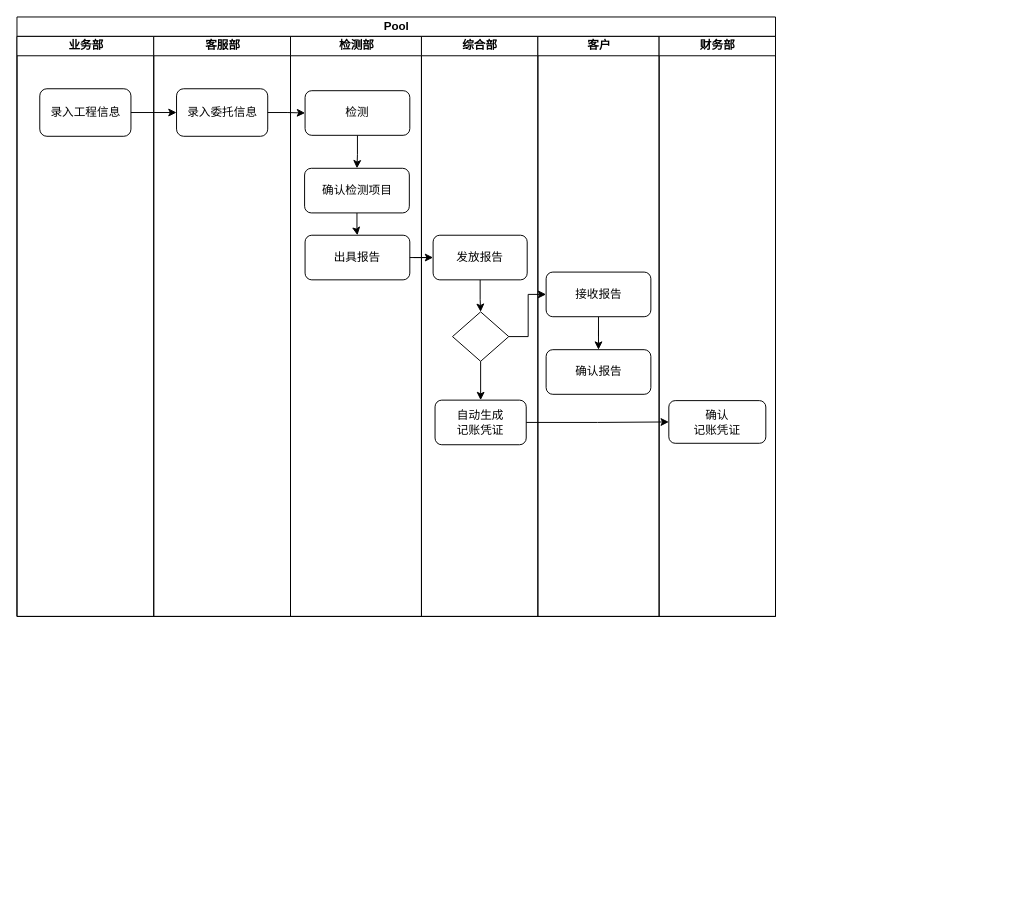
wuqh/draw keeps this draw.io diagram as bh-oc-process.drawio. Above is the earlier version. Source tidied: cells renumbered, new cells numbered last; positions are measured from the earlier drawing's top-left corner, leaving out a move shared by most shapes. Both pictures are drawn from the tidied source at 97%, with x=0, y=0 at pixel (16, 16).
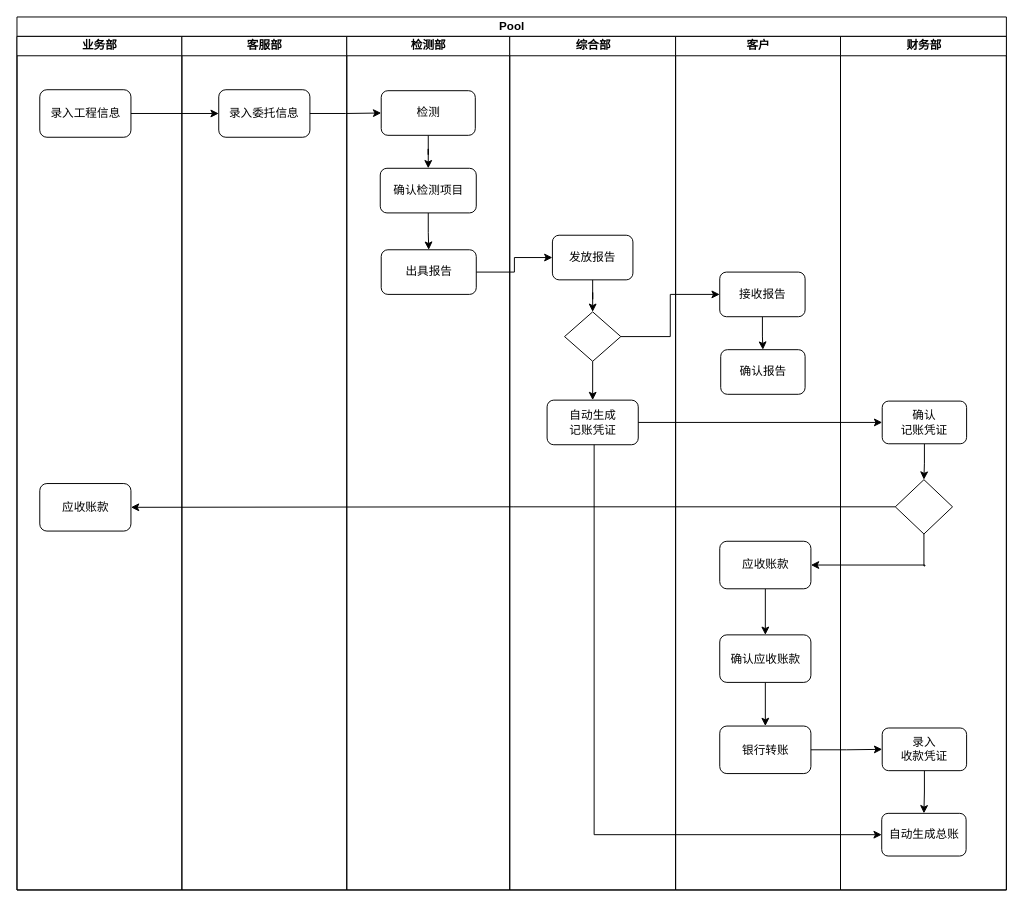
The same diagram, later.

What changed in the source:
```diff
@@
     <mxCell id="2" value="Pool" style="swimlane;html=1;startSize=20;" parent="1" vertex="1">
-      <mxGeometry width="782" height="618" as="geometry" />
+      <mxGeometry width="1020" height="900" as="geometry" />
     </mxCell>
     <mxCell id="3" value="业务部" style="swimlane;html=1;startSize=20;" parent="2" vertex="1">
-      <mxGeometry y="20" width="141" height="598" as="geometry" />
+      <mxGeometry y="20" width="170" height="880" as="geometry" />
     </mxCell>
     <mxCell id="4" value="录入工程信息" style="shape=ext;rounded=1;html=1;whiteSpace=wrap;" parent="3" vertex="1">
-      <mxGeometry x="23.5" y="54" width="94" height="49" as="geometry" />
+      <mxGeometry x="23.5" y="55" width="94" height="49" as="geometry" />
     </mxCell>
+    <mxCell id="30" value="应收账款" style="shape=ext;rounded=1;html=1;whiteSpace=wrap;" parent="3" vertex="1">
+      <mxGeometry x="23.5" y="461" width="94" height="49" as="geometry" />
+    </mxCell>
     <mxCell id="5" value="客服部" style="swimlane;html=1;startSize=20;" parent="2" vertex="1">
-      <mxGeometry x="141" y="20" width="141" height="598" as="geometry" />
+      <mxGeometry x="170" y="20" width="170" height="880" as="geometry" />
     </mxCell>
     <mxCell id="6" value="录入委托信息" style="shape=ext;rounded=1;html=1;whiteSpace=wrap;" parent="5" vertex="1">
-      <mxGeometry x="23.5" y="54" width="94" height="49" as="geometry" />
+      <mxGeometry x="38" y="55" width="94" height="49" as="geometry" />
     </mxCell>
     <mxCell id="7" value="检测部" style="swimlane;html=1;startSize=20;" parent="2" vertex="1">
-      <mxGeometry x="282" y="20" width="135" height="598" as="geometry" />
+      <mxGeometry x="340" y="20" width="168" height="880" as="geometry" />
     </mxCell>
@@
     <mxCell id="9" value="检测" style="shape=ext;rounded=1;html=1;whiteSpace=wrap;" parent="7" vertex="1">
-      <mxGeometry x="15" y="56" width="108" height="46" as="geometry" />
+      <mxGeometry x="35.5" y="56" width="97" height="46" as="geometry" />
     </mxCell>
@@
     <mxCell id="11" value="确认检测项目" style="shape=ext;rounded=1;html=1;whiteSpace=wrap;" parent="7" vertex="1">
-      <mxGeometry x="14.5" y="136" width="108" height="46" as="geometry" />
+      <mxGeometry x="34.5" y="136" width="99" height="46" as="geometry" />
     </mxCell>
     <mxCell id="12" value="出具报告" style="shape=ext;rounded=1;html=1;whiteSpace=wrap;" parent="7" vertex="1">
-      <mxGeometry x="15" y="205" width="108" height="46" as="geometry" />
+      <mxGeometry x="35.5" y="220" width="98" height="46" as="geometry" />
     </mxCell>
     <mxCell id="13" value="综合部" style="swimlane;html=1;startSize=20;" parent="2" vertex="1">
-      <mxGeometry x="417" y="20" width="120" height="598" as="geometry" />
+      <mxGeometry x="508" y="20" width="171" height="880" as="geometry" />
     </mxCell>
@@
     <mxCell id="15" value="发放报告" style="shape=ext;rounded=1;html=1;whiteSpace=wrap;" parent="13" vertex="1">
-      <mxGeometry x="12" y="205" width="97" height="46" as="geometry" />
+      <mxGeometry x="44" y="205" width="83" height="46" as="geometry" />
     </mxCell>
     <mxCell id="16" value="自动生成&lt;br&gt;记账凭证" style="shape=ext;rounded=1;html=1;whiteSpace=wrap;" parent="13" vertex="1">
-      <mxGeometry x="14" y="375" width="94" height="46" as="geometry" />
+      <mxGeometry x="38.5" y="375" width="94" height="46" as="geometry" />
     </mxCell>
@@
     <mxCell id="18" style="rhombus;whiteSpace=wrap;html=1;" parent="13" vertex="1">
-      <mxGeometry x="32" y="284" width="58" height="51" as="geometry" />
+      <mxGeometry x="56.5" y="284" width="58" height="51" as="geometry" />
     </mxCell>
     <mxCell id="19" value="客户" style="swimlane;html=1;startSize=20;" parent="2" vertex="1">
-      <mxGeometry x="537" y="20" width="125" height="598" as="geometry" />
+      <mxGeometry x="679" y="20" width="170" height="880" as="geometry" />
     </mxCell>
@@
     <mxCell id="21" value="接收报告" style="shape=ext;rounded=1;html=1;whiteSpace=wrap;" parent="19" vertex="1">
-      <mxGeometry x="8.5" y="243" width="108" height="46" as="geometry" />
+      <mxGeometry x="45.5" y="243" width="88" height="46" as="geometry" />
     </mxCell>
     <mxCell id="22" value="确认报告" style="shape=ext;rounded=1;html=1;whiteSpace=wrap;" parent="19" vertex="1">
-      <mxGeometry x="8.5" y="323" width="108" height="46" as="geometry" />
+      <mxGeometry x="46.5" y="323" width="87" height="46" as="geometry" />
     </mxCell>
+    <mxCell id="31" style="edgeStyle=orthogonalEdgeStyle;rounded=0;jettySize=auto;html=1;" parent="19" edge="1" source="32" target="34">
+      <mxGeometry relative="1" as="geometry" />
+    </mxCell>
+    <mxCell id="32" value="应收账款" style="shape=ext;rounded=1;html=1;whiteSpace=wrap;" parent="19" vertex="1">
+      <mxGeometry x="45.5" y="520.5" width="94" height="49" as="geometry" />
+    </mxCell>
+    <mxCell id="33" style="edgeStyle=orthogonalEdgeStyle;rounded=0;jettySize=auto;html=1;" parent="19" edge="1" source="34" target="35">
+      <mxGeometry relative="1" as="geometry" />
+    </mxCell>
+    <mxCell id="34" value="确认应收账款" style="shape=ext;rounded=1;html=1;whiteSpace=wrap;" parent="19" vertex="1">
+      <mxGeometry x="45.5" y="617" width="94" height="49" as="geometry" />
+    </mxCell>
+    <mxCell id="35" value="银行转账" style="shape=ext;rounded=1;html=1;whiteSpace=wrap;" parent="19" vertex="1">
+      <mxGeometry x="45.5" y="711" width="94" height="49" as="geometry" />
+    </mxCell>
     <mxCell id="23" value="财务部" style="swimlane;html=1;startSize=20;" parent="2" vertex="1">
-      <mxGeometry x="662" y="20" width="120" height="598" as="geometry" />
+      <mxGeometry x="849" y="20" width="171" height="880" as="geometry" />
     </mxCell>
+    <mxCell id="36" style="edgeStyle=orthogonalEdgeStyle;rounded=0;jettySize=auto;html=1;" parent="23" edge="1" source="24" target="37">
+      <mxGeometry relative="1" as="geometry" />
+    </mxCell>
     <mxCell id="24" value="确认&lt;br&gt;记账凭证" style="shape=ext;rounded=1;html=1;whiteSpace=wrap;" parent="23" vertex="1">
-      <mxGeometry x="10" y="375.5" width="100" height="44" as="geometry" />
+      <mxGeometry x="43" y="376" width="87" height="44" as="geometry" />
     </mxCell>
+    <mxCell id="37" style="rhombus;whiteSpace=wrap;html=1;" parent="23" vertex="1">
+      <mxGeometry x="56.5" y="457" width="59" height="56" as="geometry" />
+    </mxCell>
+    <mxCell id="38" style="edgeStyle=orthogonalEdgeStyle;rounded=0;jettySize=auto;html=1;" parent="23" edge="1" source="39" target="40">
+      <mxGeometry relative="1" as="geometry" />
+    </mxCell>
+    <mxCell id="39" value="录入&lt;br&gt;收款凭证" style="shape=ext;rounded=1;html=1;whiteSpace=wrap;" parent="23" vertex="1">
+      <mxGeometry x="43" y="713" width="87" height="44" as="geometry" />
+    </mxCell>
+    <mxCell id="40" value="自动生成总账" style="shape=ext;rounded=1;html=1;whiteSpace=wrap;" parent="23" vertex="1">
+      <mxGeometry x="42.5" y="801" width="87" height="44" as="geometry" />
+    </mxCell>
@@
+    <mxCell id="41" style="edgeStyle=orthogonalEdgeStyle;rounded=0;jettySize=auto;html=1;entryX=1;entryY=0.5;entryDx=0;entryDy=0;" parent="2" edge="1" source="37" target="30">
+      <mxGeometry relative="1" as="geometry" />
+    </mxCell>
+    <mxCell id="42" style="edgeStyle=orthogonalEdgeStyle;rounded=0;jettySize=auto;html=1;entryX=1;entryY=0.5;entryDx=0;entryDy=0;exitX=0.5;exitY=1;exitDx=0;exitDy=0;" parent="2" edge="1" source="37" target="32">
+      <mxGeometry relative="1" as="geometry">
+        <Array as="points">
+          <mxPoint x="936" y="566" />
+        </Array>
+      </mxGeometry>
+    </mxCell>
+    <mxCell id="43" style="edgeStyle=orthogonalEdgeStyle;rounded=0;jettySize=auto;html=1;" parent="2" edge="1" source="35" target="39">
+      <mxGeometry relative="1" as="geometry" />
+    </mxCell>
+    <mxCell id="44" style="edgeStyle=orthogonalEdgeStyle;rounded=0;jettySize=auto;html=1;entryX=0;entryY=0.5;entryDx=0;entryDy=0;" parent="2" edge="1" source="16" target="40">
+      <mxGeometry relative="1" as="geometry">
+        <Array as="points">
+          <mxPoint x="595" y="843" />
+        </Array>
+      </mxGeometry>
+    </mxCell>
```
